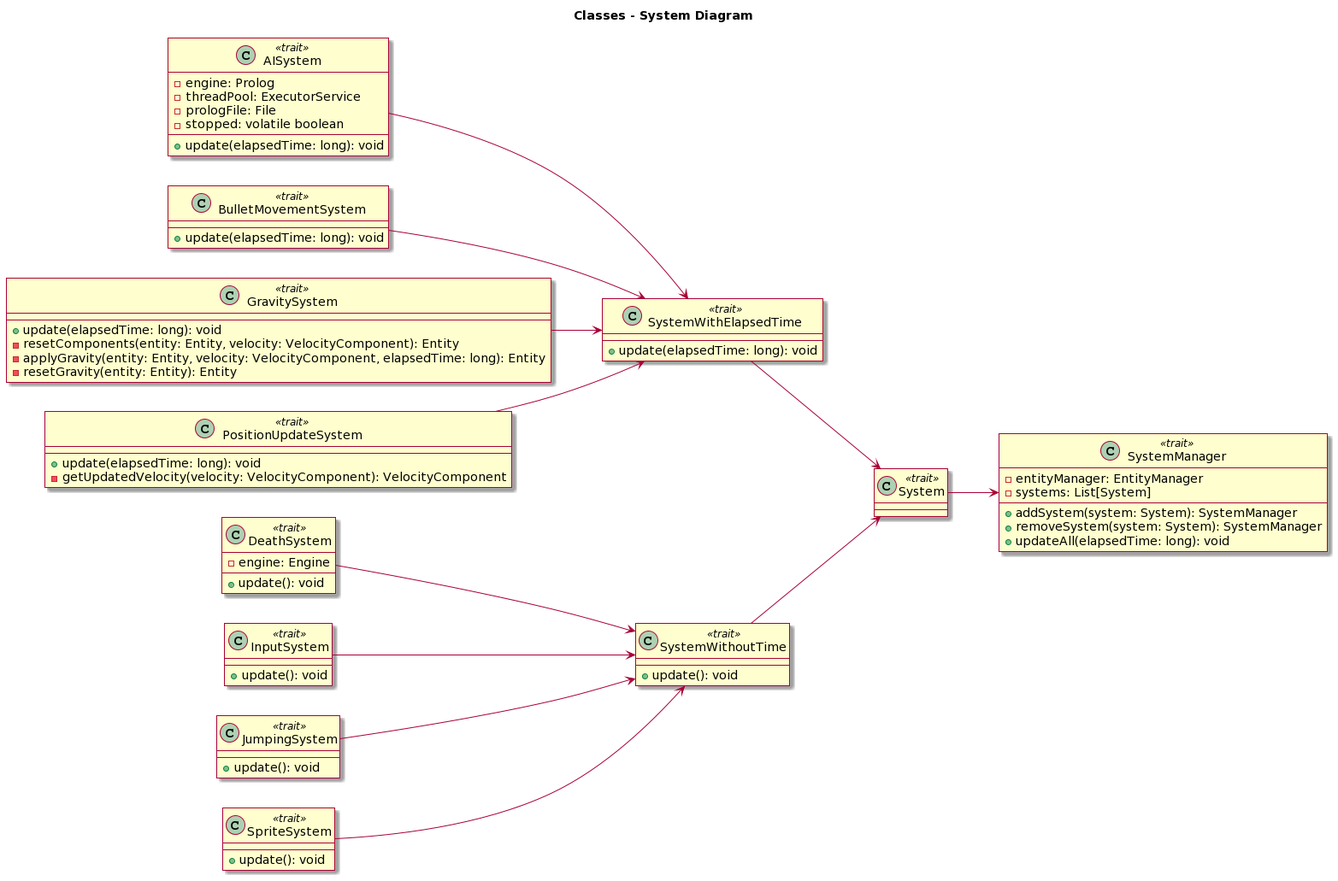
MarzoliLeo/PPS-22-MetalScala3 keeps this PlantUML diagram as docs/img/Systems.png. Above is the earlier version.
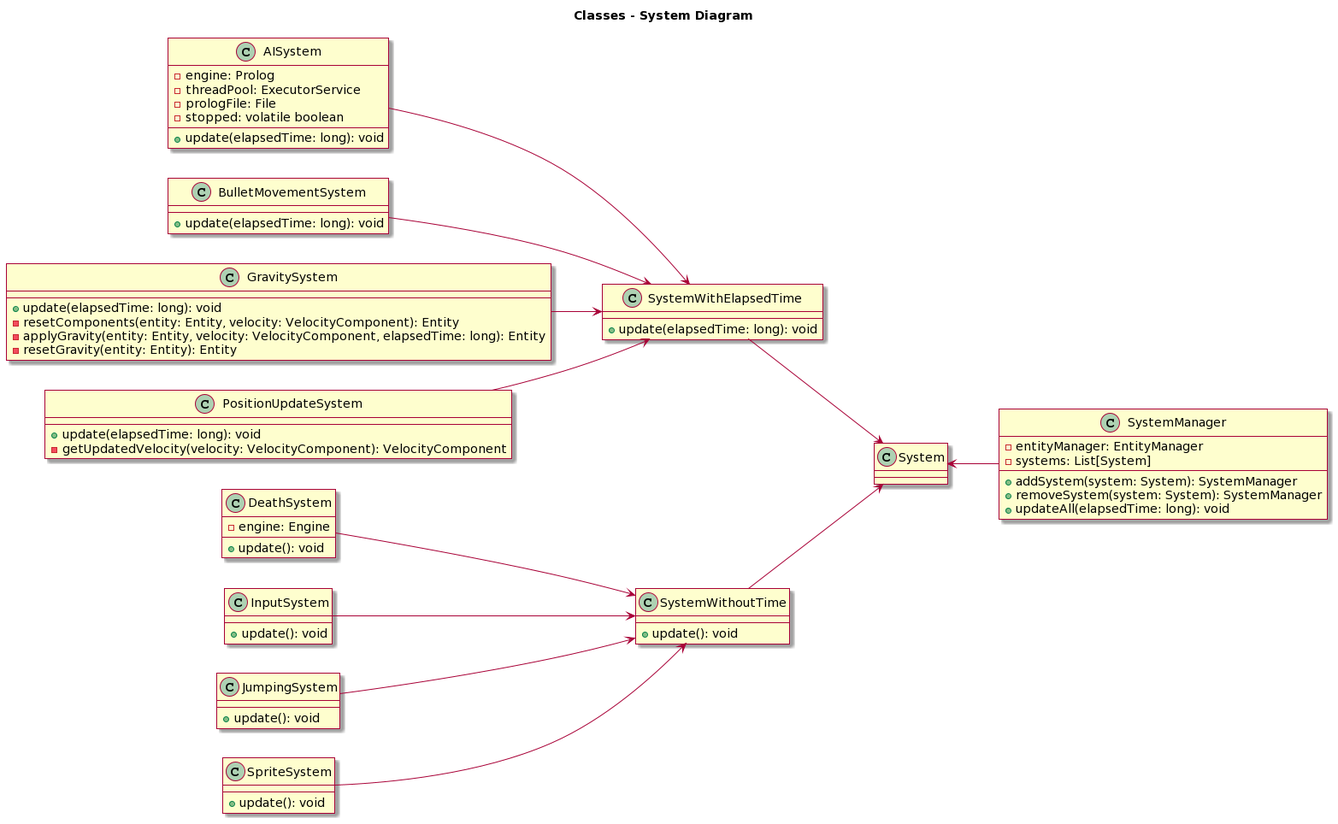
Above is the later version.

The edit, as a diff of the source:
```diff
@@ -1,10 +1,9 @@
 @startuml
 skin rose
+title Classes - System Diagram
+left to right direction
 
-title Classes - System Diagram
-
-left to right direction
-class AISystem <<trait>> {
+class AISystem {
   - engine: Prolog
   - threadPool: ExecutorService
   - prologFile: File
@@ -13,51 +12,51 @@
 }
 
 
-class BulletMovementSystem <<trait>> {
+class BulletMovementSystem {
   + update(elapsedTime: long): void
 }
 
-class DeathSystem <<trait>> {
+class DeathSystem {
   - engine: Engine
   + update(): void
 }
 
-class GravitySystem <<trait>> {
+class GravitySystem {
   + update(elapsedTime: long): void
   - resetComponents(entity: Entity, velocity: VelocityComponent): Entity
   - applyGravity(entity: Entity, velocity: VelocityComponent, elapsedTime: long): Entity
   - resetGravity(entity: Entity): Entity
 }
 
-class InputSystem <<trait>> {
+class InputSystem {
   + update(): void
 }
 
-class JumpingSystem <<trait>> {
+class JumpingSystem {
   + update(): void
 }
 
-class PositionUpdateSystem <<trait>> {
+class PositionUpdateSystem {
   + update(elapsedTime: long): void
   - getUpdatedVelocity(velocity: VelocityComponent): VelocityComponent
 }
 
-class SpriteSystem <<trait>> {
+class SpriteSystem {
   + update(): void
 }
 
-class System <<trait>> {
+class System {
 }
 
-class SystemWithoutTime <<trait>> {
+class SystemWithoutTime {
   + update(): void
 }
 
-class SystemWithElapsedTime <<trait>> {
+class SystemWithElapsedTime {
   + update(elapsedTime: long): void
 }
 
-class SystemManager <<trait>> {
+class SystemManager {
   - entityManager: EntityManager
   - systems: List[System]
   + addSystem(system: System): SystemManager
@@ -75,6 +74,5 @@
 SpriteSystem --> SystemWithoutTime
 SystemWithoutTime --> System
 SystemWithElapsedTime --> System
-
-System --> SystemManager
+System <-- SystemManager
 @enduml
```
